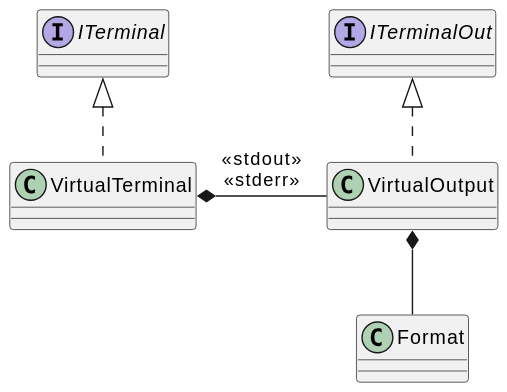
Before: docs/figures/VirtualTerminal/VirtualTerminal.svg, a diagram exported from PlantUML (jcurl/RJCP.DLL.CommandLine). Its diagram source:
```plantuml
@startuml
interface ITerminal
interface ITerminalOut
class VirtualTerminal
class VirtualOutput

ITerminal <|.d. VirtualTerminal
ITerminalOut <|.d. VirtualOutput
VirtualTerminal *-r- VirtualOutput : <<stdout>>\n<<stderr>>

VirtualOutput *-d- Format
@enduml
```
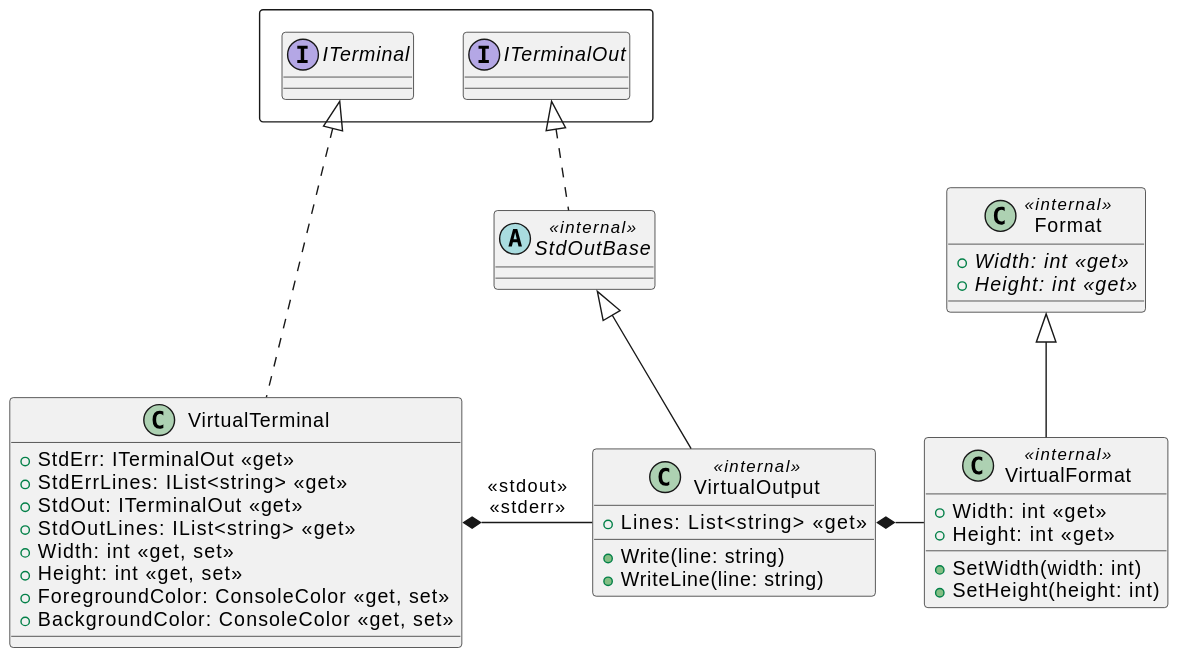
Later version of the same file.

Commit message:
Terminal: Add a VirtualTerminal

Change to the diagram source:
```diff
@@ -1,12 +1,42 @@
 @startuml
+rectangle {
 interface ITerminal
 interface ITerminalOut
-class VirtualTerminal
-class VirtualOutput
+}
 
-ITerminal <|.d. VirtualTerminal
-ITerminalOut <|.d. VirtualOutput
+class VirtualTerminal {
+    +StdErr: ITerminalOut <<get>>
+    +StdErrLines: IList<string> <<get>>
+    +StdOut: ITerminalOut <<get>>
+    +StdOutLines: IList<string> <<get>>
+    +Width: int <<get, set>>
+    +Height: int <<get, set>>
+    +ForegroundColor: ConsoleColor <<get, set>>
+    +BackgroundColor: ConsoleColor <<get, set>>
+}
+abstract class StdOutBase <<internal>>
+class VirtualOutput <<internal>> {
+    +Lines: List<string> <<get>>
+    +Write(line: string)
+    +WriteLine(line: string)
+}
+class Format <<internal>> {
+    {abstract} +Width: int <<get>>
+    {abstract} +Height: int <<get>>
+}
+class VirtualFormat <<internal>> {
+    +Width: int <<get>>
+    +SetWidth(width: int)
+    +Height: int <<get>>
+    +SetHeight(height: int)
+}
+
+ITerminal <|.d.. VirtualTerminal
+ITerminalOut <|.d. StdOutBase
+
 VirtualTerminal *-r- VirtualOutput : <<stdout>>\n<<stderr>>
 
-VirtualOutput *-d- Format
+StdOutBase <|-d- VirtualOutput
+VirtualOutput *-r- VirtualFormat
+Format <|-d- VirtualFormat
 @enduml
```
